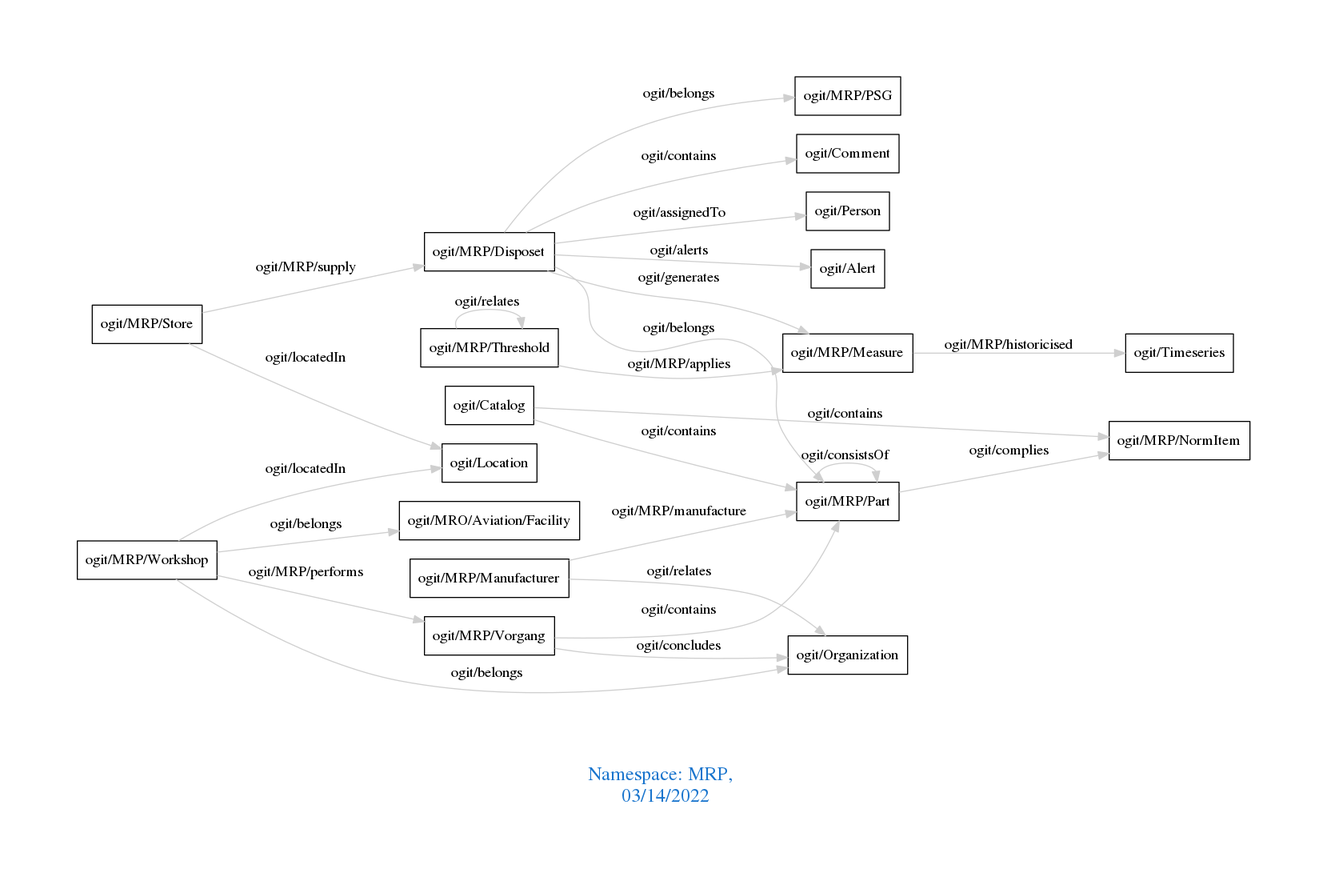
The Graphviz diagram downloads/MRP.png in arago/OGIT, before a commit. Its source is kept beside it as downloads/MRP.dot.
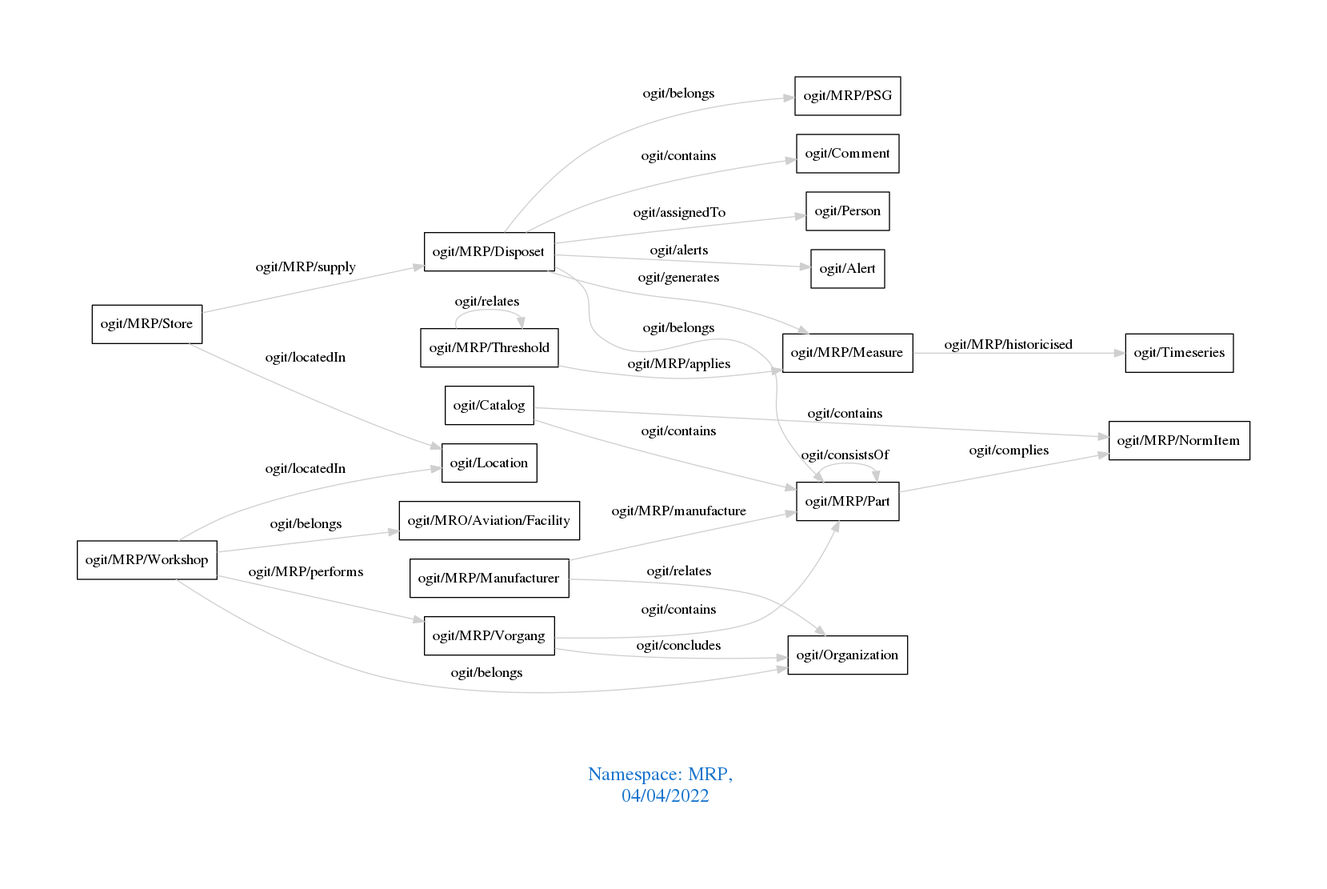
Later version of the same file.

Change to the diagram source:
```diff
@@ -1,7 +1,7 @@
 digraph OGIT_ontology {
  graph [ rankdir= LR,pad=1
 fontsize = 18,
-fontcolor= dodgerblue3,label = "\n\n\nNamespace: MRP, \n 03/14/2022"];
+fontcolor= dodgerblue3,label = "\n\n\nNamespace: MRP, \n 04/04/2022"];
 node[shape=polygon];
 edge [  color="gray81"];
 
```
